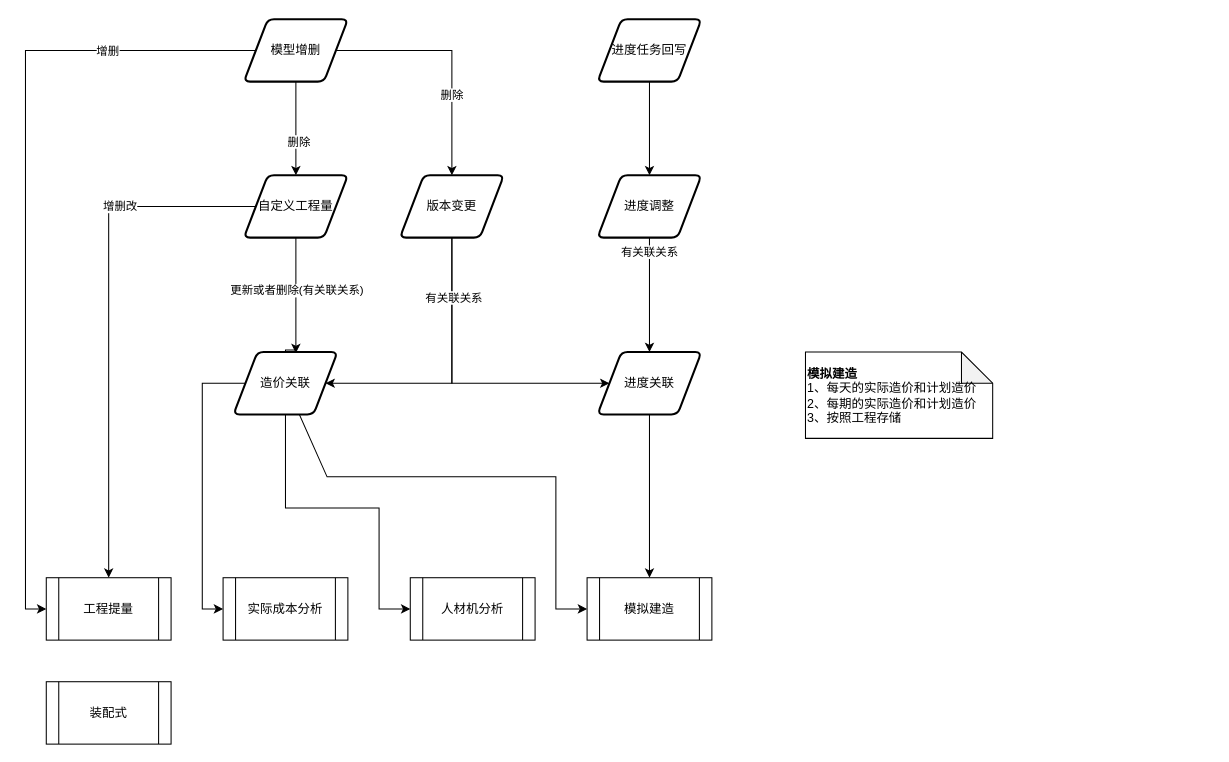
The draw.io diagram 数据处理中心.drawio in fmx0717/uml, before the edit. Source tidied: cells renumbered, new cells numbered last; positions are measured from the earlier drawing's top-left corner, leaving out a move shared by most shapes. Both pictures are drawn from the tidied source at 104%, with x=0, y=0 at pixel (46, 19).
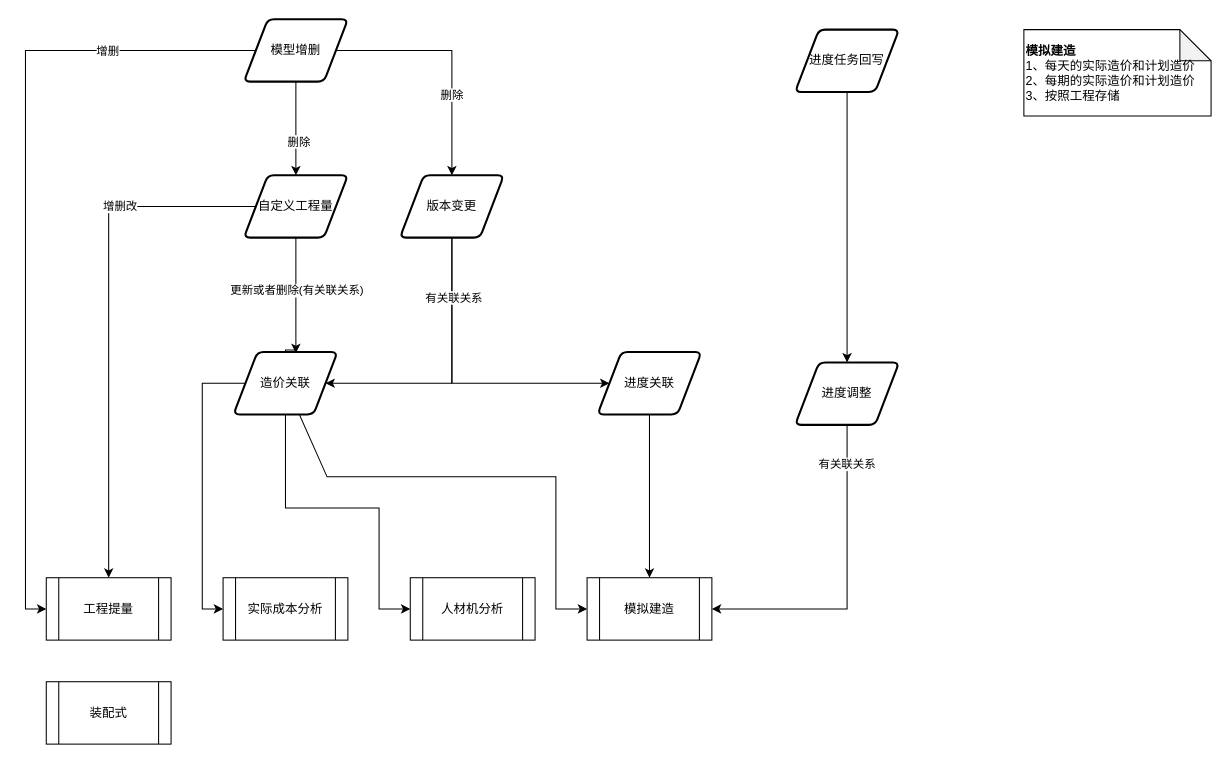
After the change.

Commit message (it also covers changes not shown here):
更新数据处理中心.drawio

The change refers to these unchanged cells:
```xml
<mxCell id="28" value="进度关联" style="shape=parallelogram;html=1;strokeWidth=2;perimeter=parallelogramPerimeter;whiteSpace=wrap;rounded=1;arcSize=12;size=0.23;" parent="1" vertex="1">
  <mxGeometry x="530" y="320" width="100" height="60" as="geometry" />
</mxCell>
<mxCell id="31" value="模拟建造" style="shape=process;whiteSpace=wrap;html=1;backgroundOutline=1;" parent="1" vertex="1">
  <mxGeometry x="520" y="537" width="120" height="60" as="geometry" />
</mxCell>
```

Change to the diagram source:
```diff
@@
-    <mxCell id="2" style="edgeStyle=orthogonalEdgeStyle;rounded=0;jettySize=auto;html=1;entryX=0.5;entryY=0;entryDx=0;entryDy=0;" parent="1" edge="1" source="4" target="28">
-      <mxGeometry relative="1" as="geometry" />
+    <mxCell id="2" style="edgeStyle=orthogonalEdgeStyle;rounded=0;jettySize=auto;html=1;entryX=1;entryY=0.5;entryDx=0;entryDy=0;" parent="1" edge="1" source="4" target="31">
+      <mxGeometry relative="1" as="geometry">
+        <Array as="points">
+          <mxPoint x="770" y="567" />
+        </Array>
+      </mxGeometry>
     </mxCell>
@@
     <mxCell id="4" value="进度调整" style="shape=parallelogram;html=1;strokeWidth=2;perimeter=parallelogramPerimeter;whiteSpace=wrap;rounded=1;arcSize=12;size=0.23;" parent="1" vertex="1">
-      <mxGeometry x="530" y="150" width="100" height="60" as="geometry" />
+      <mxGeometry x="720" y="330" width="100" height="60" as="geometry" />
     </mxCell>
@@
     <mxCell id="6" value="进度任务回写" style="shape=parallelogram;html=1;strokeWidth=2;perimeter=parallelogramPerimeter;whiteSpace=wrap;rounded=1;arcSize=12;size=0.23;" parent="1" vertex="1">
-      <mxGeometry x="530" width="100" height="60" as="geometry" />
+      <mxGeometry x="720" y="10" width="100" height="60" as="geometry" />
     </mxCell>
@@
     <mxCell id="34" value="&lt;span&gt;&lt;b&gt;模拟建造&lt;/b&gt;&lt;br&gt;1、每天的实际造价和计划造价&lt;/span&gt;&lt;br&gt;&lt;span&gt;2、每期的实际造价和计划造价3、按照工程存储&lt;/span&gt;" style="shape=note;whiteSpace=wrap;html=1;backgroundOutline=1;darkOpacity=0.05;align=left;" parent="1" vertex="1">
-      <mxGeometry x="730" y="320" width="180" height="83" as="geometry" />
+      <mxGeometry x="940" y="10" width="180" height="83" as="geometry" />
     </mxCell>
```
